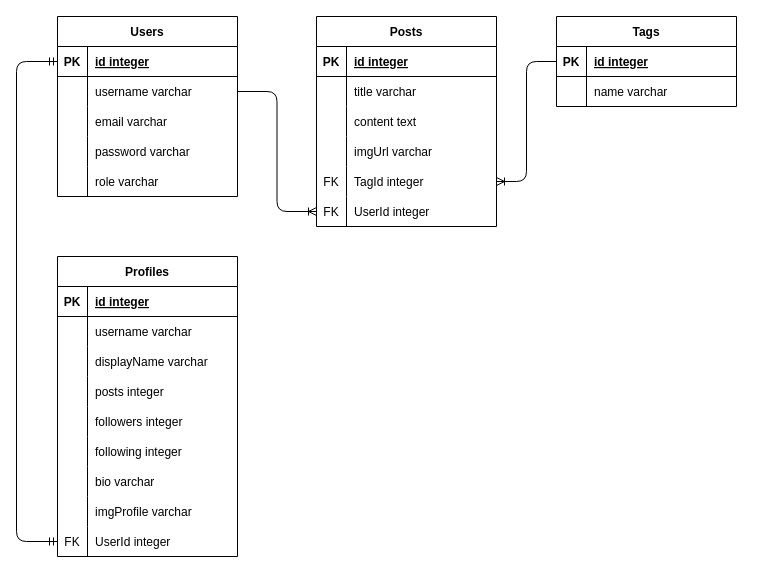
This is schema_db.drawio from zainalalmasyhur/pair_project, a draw.io file, before an edit. Source tidied: cells renumbered, new cells numbered last; positions are measured from the earlier drawing's top-left corner, leaving out a move shared by most shapes. Both pictures are drawn from the tidied source at 100%, with x=0, y=0 at pixel (16, 16).
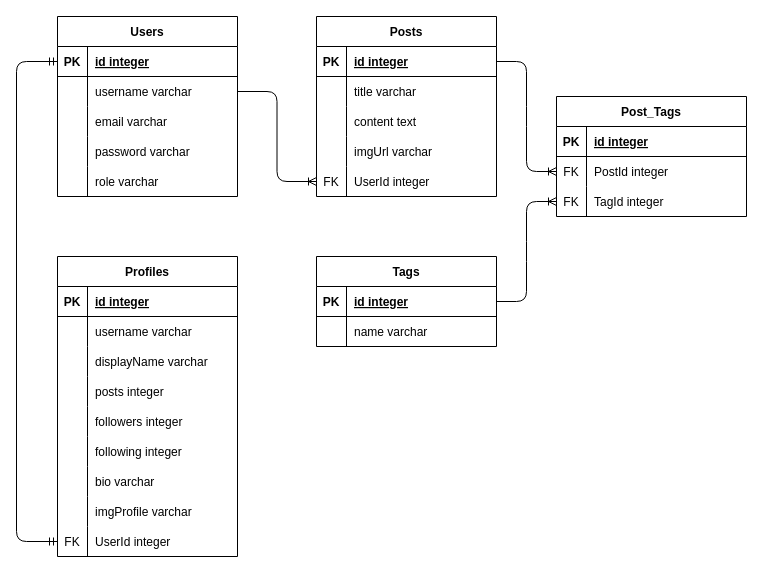
The same diagram, later.

Commit message (it also covers changes not shown here):
update tabel post_tags

The change refers to these unchanged cells:
```xml
<mxCell id="19" style="shape=tableRow;horizontal=0;startSize=0;swimlaneHead=0;swimlaneBody=0;fillColor=none;points=[[0,0.5],[1,0.5]];portConstraint=eastwest;top=0;left=0;right=0;bottom=1;" parent="18" vertex="1">
  <mxGeometry y="30" width="180" height="30" as="geometry" />
</mxCell>
<mxCell id="38" style="shape=tableRow;horizontal=0;startSize=0;swimlaneHead=0;swimlaneBody=0;fillColor=none;points=[[0,0.5],[1,0.5]];portConstraint=eastwest;top=0;left=0;right=0;bottom=1;" parent="37" vertex="1">
  <mxGeometry y="30" width="180" height="30" as="geometry" />
</mxCell>
```

The edit, as a diff of the source:
```diff
@@
     <mxCell id="18" value="Posts" style="shape=table;startSize=30;childLayout=tableLayout;rowLines=0;fontStyle=1;align=center;" parent="1" vertex="1">
-      <mxGeometry x="300" width="180" height="210" as="geometry" />
+      <mxGeometry x="300" width="180" height="180" as="geometry" />
     </mxCell>
@@
-    <mxCell id="31" style="shape=tableRow;horizontal=0;startSize=0;swimlaneHead=0;swimlaneBody=0;fillColor=none;points=[[0,0.5],[1,0.5]];portConstraint=eastwest;top=0;left=0;right=0;bottom=0;" parent="18" vertex="1">
-      <mxGeometry y="150" width="180" height="30" as="geometry" />
-    </mxCell>
-    <mxCell id="32" value="FK" style="shape=partialRectangle;fillColor=none;top=0;left=0;bottom=0;right=0;overflow=hidden;" parent="31" vertex="1">
-      <mxGeometry width="30" height="30" as="geometry" />
-    </mxCell>
-    <mxCell id="33" value="TagId integer" style="shape=partialRectangle;fillColor=none;top=0;left=0;bottom=0;right=0;align=left;spacingLeft=6;overflow=hidden;" parent="31" vertex="1">
-      <mxGeometry x="30" width="150" height="30" as="geometry" />
-    </mxCell>
     <mxCell id="34" style="shape=tableRow;horizontal=0;startSize=0;swimlaneHead=0;swimlaneBody=0;fillColor=none;points=[[0,0.5],[1,0.5]];portConstraint=eastwest;top=0;left=0;right=0;bottom=0;" parent="18" vertex="1">
-      <mxGeometry y="180" width="180" height="30" as="geometry" />
+      <mxGeometry y="150" width="180" height="30" as="geometry" />
     </mxCell>
@@
     <mxCell id="37" value="Tags" style="shape=table;startSize=30;childLayout=tableLayout;rowLines=0;fontStyle=1;align=center;" parent="1" vertex="1">
-      <mxGeometry x="540" width="180" height="90" as="geometry" />
+      <mxGeometry x="300" y="240" width="180" height="90" as="geometry" />
     </mxCell>
@@
-    <mxCell id="73" style="edgeStyle=entityRelationEdgeStyle;fontSize=12;html=1;endArrow=ERoneToMany;exitX=0;exitY=0.5;exitDx=0;exitDy=0;" parent="1" edge="1" source="38" target="31">
+    <mxCell id="73" style="edgeStyle=entityRelationEdgeStyle;fontSize=12;html=1;endArrow=ERoneToMany;exitX=1;exitY=0.5;exitDx=0;exitDy=0;entryX=0;entryY=0.5;entryDx=0;entryDy=0;" parent="1" edge="1" source="38" target="82">
       <mxGeometry relative="1" as="geometry" />
     </mxCell>
@@
+    <mxCell id="75" value="Post_Tags" style="shape=table;startSize=30;childLayout=tableLayout;rowLines=0;fontStyle=1;align=center;" parent="1" vertex="1">
+      <mxGeometry x="540" y="80" width="190" height="120" as="geometry" />
+    </mxCell>
+    <mxCell id="76" style="shape=tableRow;horizontal=0;startSize=0;swimlaneHead=0;swimlaneBody=0;fillColor=none;top=0;left=0;right=0;bottom=1;" parent="75" vertex="1">
+      <mxGeometry y="30" width="190" height="30" as="geometry" />
+    </mxCell>
+    <mxCell id="77" value="PK" style="shape=partialRectangle;fillColor=none;top=0;left=0;bottom=0;right=0;fontStyle=1;overflow=hidden;" parent="76" vertex="1">
+      <mxGeometry width="30" height="30" as="geometry" />
+    </mxCell>
+    <mxCell id="78" value="id integer" style="shape=partialRectangle;fillColor=none;top=0;left=0;bottom=0;right=0;align=left;spacingLeft=6;fontStyle=5;overflow=hidden;" parent="76" vertex="1">
+      <mxGeometry x="30" width="160" height="30" as="geometry" />
+    </mxCell>
+    <mxCell id="79" style="shape=tableRow;horizontal=0;startSize=0;swimlaneHead=0;swimlaneBody=0;fillColor=none;points=[[0,0.5],[1,0.5]];portConstraint=eastwest;top=0;left=0;right=0;bottom=0;" parent="75" vertex="1">
+      <mxGeometry y="60" width="190" height="30" as="geometry" />
+    </mxCell>
+    <mxCell id="80" value="FK" style="shape=partialRectangle;fillColor=none;top=0;left=0;bottom=0;right=0;overflow=hidden;" parent="79" vertex="1">
+      <mxGeometry width="30" height="30" as="geometry" />
+    </mxCell>
+    <mxCell id="81" value="PostId integer" style="shape=partialRectangle;fillColor=none;top=0;left=0;bottom=0;right=0;align=left;spacingLeft=6;overflow=hidden;" parent="79" vertex="1">
+      <mxGeometry x="30" width="160" height="30" as="geometry" />
+    </mxCell>
+    <mxCell id="82" style="shape=tableRow;horizontal=0;startSize=0;swimlaneHead=0;swimlaneBody=0;fillColor=none;points=[[0,0.5],[1,0.5]];portConstraint=eastwest;top=0;left=0;right=0;bottom=0;" parent="75" vertex="1">
+      <mxGeometry y="90" width="190" height="30" as="geometry" />
+    </mxCell>
+    <mxCell id="83" value="FK" style="shape=partialRectangle;fillColor=none;top=0;left=0;bottom=0;right=0;overflow=hidden;" parent="82" vertex="1">
+      <mxGeometry width="30" height="30" as="geometry" />
+    </mxCell>
+    <mxCell id="33" value="TagId integer" style="shape=partialRectangle;fillColor=none;top=0;left=0;bottom=0;right=0;align=left;spacingLeft=6;overflow=hidden;" parent="82" vertex="1">
+      <mxGeometry x="30" width="160" height="30" as="geometry" />
+    </mxCell>
+    <mxCell id="84" style="edgeStyle=entityRelationEdgeStyle;fontSize=12;html=1;endArrow=ERoneToMany;exitX=1;exitY=0.5;exitDx=0;exitDy=0;entryX=0;entryY=0.5;entryDx=0;entryDy=0;" parent="1" edge="1" source="19" target="79">
+      <mxGeometry relative="1" as="geometry" />
+    </mxCell>
```
